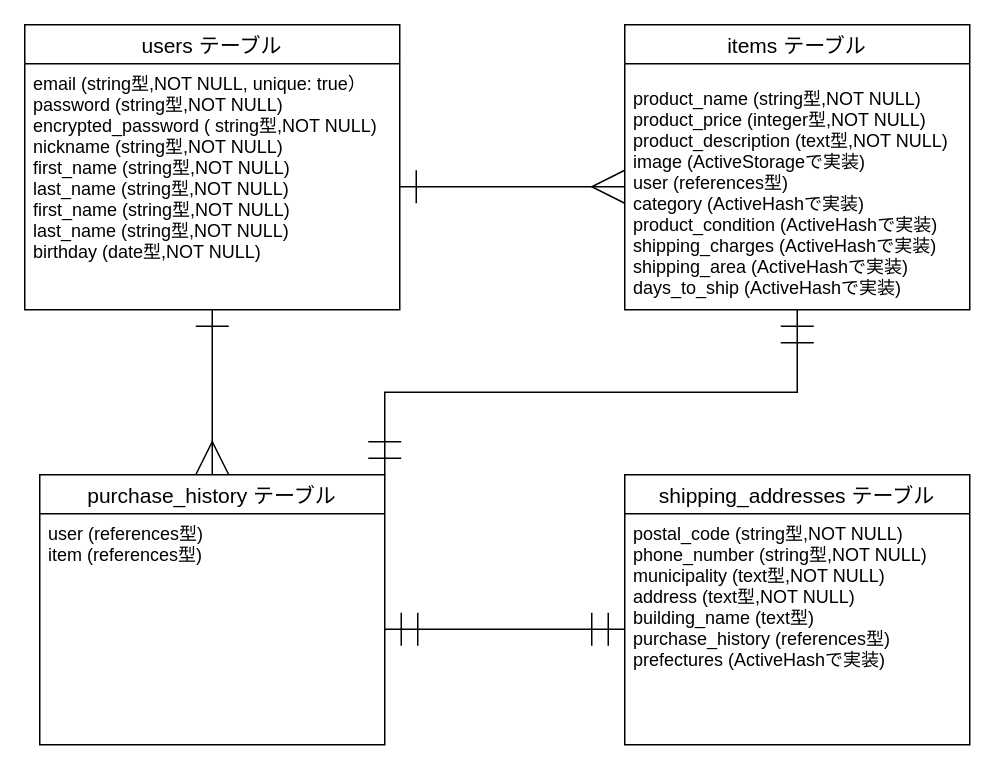
This is .dio from YamadaMasao-3d/furima-32042, a draw.io file, before an edit. Source tidied: cells renumbered, new cells numbered last; positions are measured from the earlier drawing's top-left corner, leaving out a move shared by most shapes. Both pictures are drawn from the tidied source at 150%, with x=0, y=0 at pixel (24, 24).
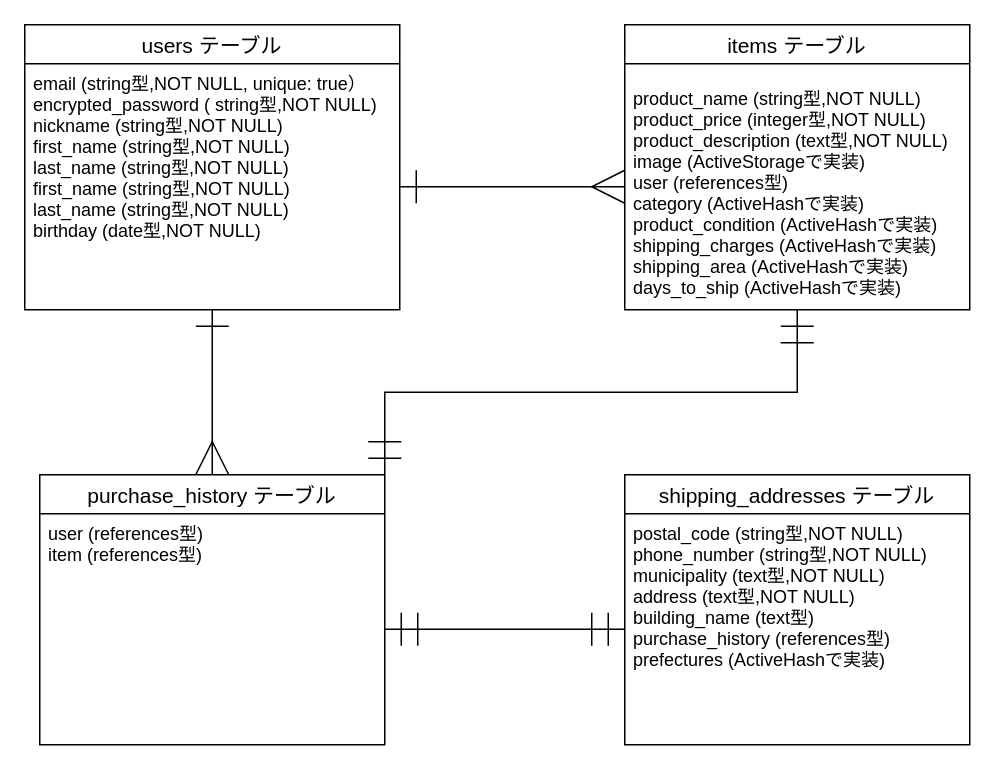
The same diagram, later.

Commit message (it also covers changes not shown here):
ER図&README修正(２回目)

Diff of the diagram source:
```diff
@@
 <mxGraphModel>
   <root>
     <mxCell id="0" />
     <mxCell id="1" parent="0" />
     <mxCell id="2" style="edgeStyle=orthogonalEdgeStyle;rounded=0;jettySize=auto;html=1;exitX=0.5;exitY=1;exitDx=0;exitDy=0;entryX=0.5;entryY=0;entryDx=0;entryDy=0;startArrow=ERone;startFill=0;startSize=20;endArrow=ERmany;endFill=0;endSize=20;strokeWidth=1;" parent="1" edge="1" source="10" target="5">
       <mxGeometry relative="1" as="geometry">
         <Array as="points">
           <mxPoint x="125" y="230" />
           <mxPoint x="125" y="230" />
         </Array>
       </mxGeometry>
     </mxCell>
     <mxCell id="3" style="edgeStyle=orthogonalEdgeStyle;rounded=0;jettySize=auto;html=1;entryX=1;entryY=0;entryDx=0;entryDy=0;startArrow=ERmandOne;startFill=0;startSize=20;endArrow=ERmandOne;endFill=0;endSize=20;strokeWidth=1;exitX=0.5;exitY=1;exitDx=0;exitDy=0;" parent="1" edge="1" source="12" target="5">
       <mxGeometry relative="1" as="geometry" />
     </mxCell>
     <mxCell id="4" value="product_name (string型,NOT NULL)&#10;product_price (integer型,NOT NULL)&#10;product_description (text型,NOT NULL)&#10;image (ActiveStorageで実装)&#10;user (references型)&#10;category (ActiveHashで実装)&#10;product_condition (ActiveHashで実装)&#10;shipping_charges (ActiveHashで実装)&#10;shipping_area (ActiveHashで実装)&#10;days_to_ship (ActiveHashで実装)" style="text;strokeColor=none;fillColor=none;spacingLeft=4;spacingRight=4;overflow=hidden;fontSize=12;" parent="1" vertex="1">
       <mxGeometry x="400" y="36" width="230" height="154" as="geometry" />
     </mxCell>
     <mxCell id="5" value="purchase_history テーブル" style="swimlane;fontStyle=0;horizontal=1;startSize=26;align=center;fontSize=14;" parent="1" vertex="1">
       <mxGeometry x="10" y="300" width="230" height="180" as="geometry" />
     </mxCell>
     <mxCell id="6" value="user (references型)&#10;item (references型)" style="text;strokeColor=none;fillColor=none;spacingLeft=4;spacingRight=4;overflow=hidden;points=[[0,0.5],[1,0.5]];portConstraint=eastwest;fontSize=12;" parent="5" vertex="1">
       <mxGeometry y="26" width="230" height="154" as="geometry" />
     </mxCell>
     <mxCell id="7" value="shipping_addresses テーブル" style="swimlane;fontStyle=0;horizontal=1;startSize=26;align=center;fontSize=14;" parent="1" vertex="1">
       <mxGeometry x="400" y="300" width="230" height="180" as="geometry" />
     </mxCell>
     <mxCell id="8" value="postal_code (string型,NOT NULL)&#10;phone_number (string型,NOT NULL)&#10;municipality (text型,NOT NULL)&#10;address (text型,NOT NULL)&#10;building_name (text型)&#10;purchase_history (references型)&#10;prefectures (ActiveHashで実装)" style="text;strokeColor=none;fillColor=none;spacingLeft=4;spacingRight=4;overflow=hidden;points=[[0,0.5],[1,0.5]];portConstraint=eastwest;fontSize=12;" parent="7" vertex="1">
       <mxGeometry y="26" width="230" height="154" as="geometry" />
     </mxCell>
     <mxCell id="9" style="edgeStyle=orthogonalEdgeStyle;rounded=0;jettySize=auto;html=1;exitX=1;exitY=0.5;exitDx=0;exitDy=0;entryX=0;entryY=0.5;entryDx=0;entryDy=0;startArrow=ERmandOne;startFill=0;startSize=20;endArrow=ERmandOne;endFill=0;endSize=20;strokeWidth=1;" parent="1" edge="1" source="6" target="8">
       <mxGeometry relative="1" as="geometry" />
     </mxCell>
     <mxCell id="10" value="users テーブル" style="swimlane;fontStyle=0;horizontal=1;startSize=26;align=center;fontSize=14;" parent="1" vertex="1">
       <mxGeometry width="250" height="190" as="geometry" />
     </mxCell>
-    <mxCell id="11" value="email (string型,NOT NULL, unique: true）&#10;password (string型,NOT NULL)&#10;encrypted_password ( string型,NOT NULL)&#10;nickname (string型,NOT NULL)&#10;first_name (string型,NOT NULL)&#10;last_name (string型,NOT NULL)&#10;first_name (string型,NOT NULL)&#10;last_name (string型,NOT NULL)&#10;birthday (date型,NOT NULL)&#10;" style="text;strokeColor=none;fillColor=none;spacingLeft=4;spacingRight=4;overflow=hidden;points=[[0,0.5],[1,0.5]];portConstraint=eastwest;fontSize=12;" parent="10" vertex="1">
+    <mxCell id="11" value="email (string型,NOT NULL, unique: true）&#10;encrypted_password ( string型,NOT NULL)&#10;nickname (string型,NOT NULL)&#10;first_name (string型,NOT NULL)&#10;last_name (string型,NOT NULL)&#10;first_name (string型,NOT NULL)&#10;last_name (string型,NOT NULL)&#10;birthday (date型,NOT NULL)&#10;" style="text;strokeColor=none;fillColor=none;spacingLeft=4;spacingRight=4;overflow=hidden;points=[[0,0.5],[1,0.5]];portConstraint=eastwest;fontSize=12;" parent="10" vertex="1">
       <mxGeometry y="26" width="250" height="164" as="geometry" />
     </mxCell>
     <mxCell id="12" value="items テーブル" style="swimlane;fontStyle=0;horizontal=1;startSize=26;align=center;fontSize=14;" parent="1" vertex="1">
       <mxGeometry x="400" width="230" height="190" as="geometry" />
     </mxCell>
     <mxCell id="13" style="edgeStyle=orthogonalEdgeStyle;rounded=0;jettySize=auto;html=1;exitX=1;exitY=0.5;exitDx=0;exitDy=0;startArrow=ERone;startFill=0;endArrow=ERmany;endFill=0;endSize=20;startSize=20;" parent="1" edge="1" source="11">
       <mxGeometry relative="1" as="geometry">
         <mxPoint x="400" y="108" as="targetPoint" />
       </mxGeometry>
     </mxCell>
   </root>
 </mxGraphModel>
```
